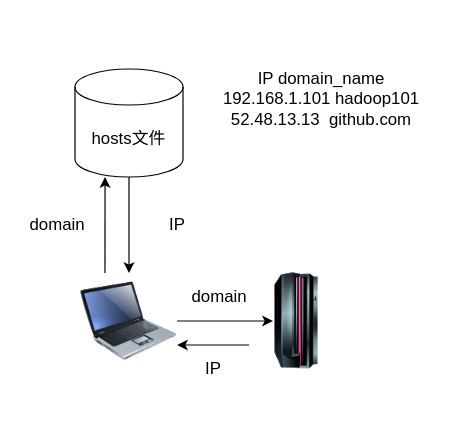
Earlier version of the draw.io diagram network.drawio (NFqm/draw.io). Source tidied: cells renumbered, new cells numbered last; positions are measured from the earlier drawing's top-left corner, leaving out a move shared by most shapes. Both pictures are drawn from the tidied source at 120%, with x=0, y=0 at pixel (20, 68).
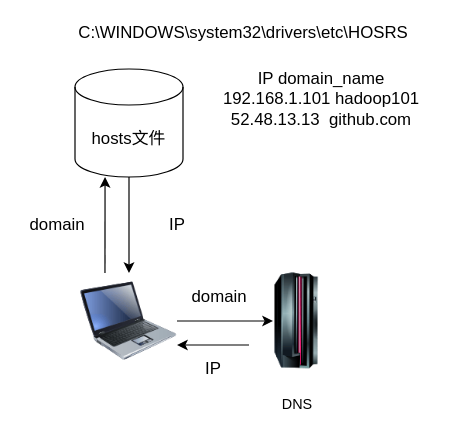
The same diagram, later.

What changed in the source:
```diff
@@
 <mxGraphModel background="#ffffff">
   <root>
     <mxCell id="0" />
     <mxCell id="1" parent="0" />
     <mxCell id="2" style="edgeStyle=orthogonalEdgeStyle;rounded=0;jettySize=auto;html=1;exitX=0.25;exitY=0;exitDx=0;exitDy=0;entryX=0.278;entryY=1;entryDx=0;entryDy=0;entryPerimeter=0;" parent="1" edge="1" source="4" target="6">
       <mxGeometry relative="1" as="geometry" />
     </mxCell>
     <mxCell id="3" style="edgeStyle=orthogonalEdgeStyle;rounded=0;jettySize=auto;html=1;exitX=1;exitY=0.5;exitDx=0;exitDy=0;" parent="1" edge="1" source="4">
       <mxGeometry relative="1" as="geometry">
         <mxPoint x="210" y="210" as="targetPoint" />
       </mxGeometry>
     </mxCell>
     <mxCell id="4" style="image;html=1;image=img/lib/clip_art/computers/Laptop_128x128.png;" parent="1" vertex="1">
       <mxGeometry x="50" y="170" width="80" height="80" as="geometry" />
     </mxCell>
     <mxCell id="5" style="edgeStyle=orthogonalEdgeStyle;rounded=0;jettySize=auto;html=1;exitX=0.5;exitY=1;exitDx=0;exitDy=0;exitPerimeter=0;" parent="1" edge="1" source="6" target="4">
       <mxGeometry relative="1" as="geometry" />
     </mxCell>
     <mxCell id="6" value="&lt;font style=&quot;font-size: 14px&quot;&gt;hosts文件&lt;/font&gt;" style="shape=cylinder3;whiteSpace=wrap;html=1;boundedLbl=1;backgroundOutline=1;size=15;" parent="1" vertex="1">
       <mxGeometry x="45" width="90" height="90" as="geometry" />
     </mxCell>
     <mxCell id="7" value="&lt;font style=&quot;font-size: 14px&quot;&gt;IP domain_name&lt;br&gt;192.168.1.101 hadoop101&lt;br&gt;52.48.13.13&amp;nbsp; github.com&lt;/font&gt;" style="text;html=1;align=center;verticalAlign=middle;" parent="1" vertex="1">
       <mxGeometry x="160" width="180" height="50" as="geometry" />
     </mxCell>
     <mxCell id="8" value="&lt;font style=&quot;font-size: 14px&quot;&gt;domain&lt;/font&gt;" style="text;html=1;align=center;verticalAlign=middle;" parent="1" vertex="1">
       <mxGeometry y="120" width="60" height="20" as="geometry" />
     </mxCell>
     <mxCell id="9" value="&lt;font style=&quot;font-size: 14px&quot;&gt;IP&lt;/font&gt;" style="text;html=1;align=center;verticalAlign=middle;" parent="1" vertex="1">
       <mxGeometry x="115" y="120" width="30" height="20" as="geometry" />
     </mxCell>
     <mxCell id="10" style="edgeStyle=orthogonalEdgeStyle;rounded=0;jettySize=auto;html=1;exitX=0;exitY=0.75;exitDx=0;exitDy=0;entryX=1;entryY=0.75;entryDx=0;entryDy=0;" parent="1" edge="1" source="11" target="4">
       <mxGeometry relative="1" as="geometry" />
     </mxCell>
     <mxCell id="11" style="image;html=1;image=img/lib/clip_art/computers/Mainframe_128x128.png;" parent="1" vertex="1">
       <mxGeometry x="190" y="170" width="80" height="80" as="geometry" />
     </mxCell>
     <mxCell id="12" value="&lt;font style=&quot;font-size: 14px&quot;&gt;IP&lt;/font&gt;" style="text;html=1;align=center;verticalAlign=middle;" parent="1" vertex="1">
       <mxGeometry x="145" y="240" width="30" height="20" as="geometry" />
     </mxCell>
     <mxCell id="13" value="&lt;font style=&quot;font-size: 14px&quot;&gt;domain&lt;/font&gt;" style="text;html=1;align=center;verticalAlign=middle;" parent="1" vertex="1">
       <mxGeometry x="135" y="180" width="60" height="20" as="geometry" />
     </mxCell>
+    <mxCell id="14" value="DNS" style="text;html=1;align=center;verticalAlign=middle;" parent="1" vertex="1">
+      <mxGeometry x="210" y="270" width="40" height="20" as="geometry" />
+    </mxCell>
+    <mxCell id="15" value="&lt;font style=&quot;font-size: 14px&quot;&gt;C:\WINDOWS\system32\drivers\etc\HOSRS&lt;/font&gt;" style="text;html=1;align=center;verticalAlign=middle;" parent="1" vertex="1">
+      <mxGeometry x="40" y="-40" width="290" height="20" as="geometry" />
+    </mxCell>
   </root>
 </mxGraphModel>
```
